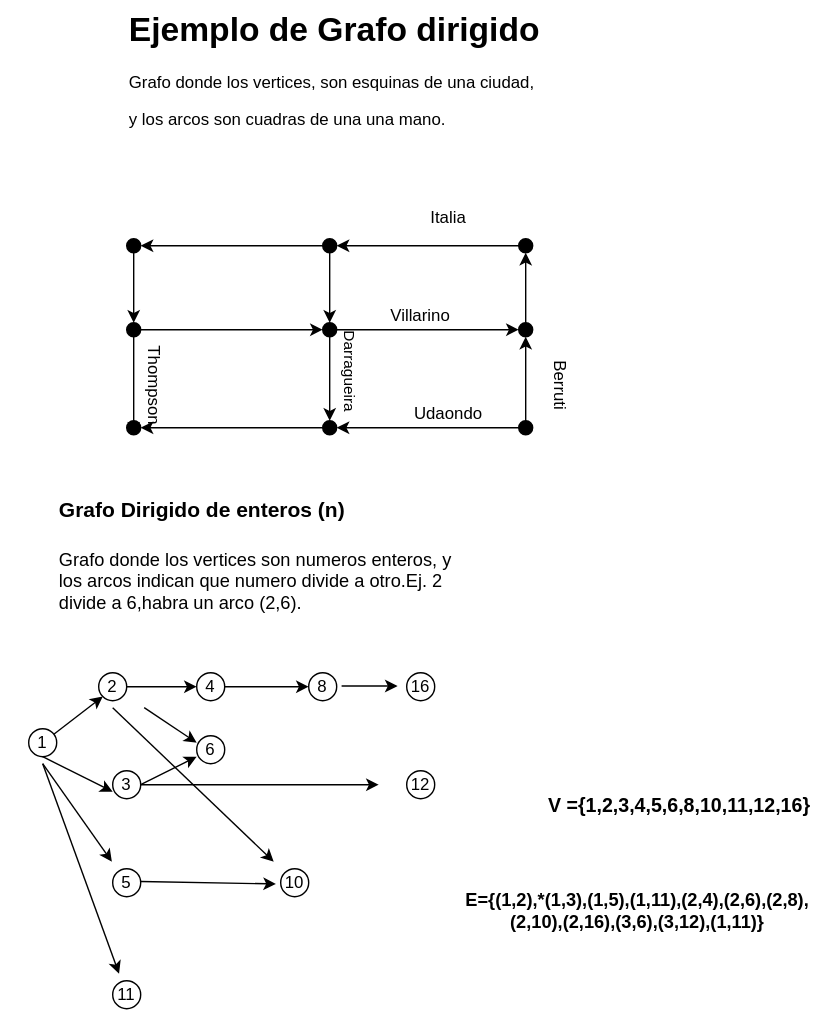
Nordcode-cyber/Algoritmos-Estructdatos keeps this draw.io diagram as Estructura-de-datos/Grafos/ejemplo-grafodir.drawio.svg. Above is the earlier version. Source tidied: cells renumbered, new cells last; positions are measured from the earlier drawing's top-left corner, leaving out a move shared by most shapes. Source of this version:
```xml
<mxGraphModel>
  <root>
    <mxCell id="0" />
    <mxCell id="1" parent="0" />
    <mxCell id="2" value="&lt;h1 style=&quot;margin-top: 0px;&quot;&gt;Ejemplo de Grafo dirigido&lt;/h1&gt;&lt;p&gt;Grafo donde los vertices, son esquinas de una ciudad,&lt;/p&gt;&lt;p&gt;y los arcos son cuadras de una una mano.&lt;/p&gt;" style="text;html=1;whiteSpace=wrap;overflow=hidden;rounded=0;" parent="1" vertex="1">
      <mxGeometry x="90" width="330" height="120" as="geometry" />
    </mxCell>
    <mxCell id="3" style="edgeStyle=none;html=1;entryX=0.5;entryY=0;entryDx=0;entryDy=0;" parent="1" edge="1" source="4" target="7">
      <mxGeometry relative="1" as="geometry" />
    </mxCell>
    <mxCell id="4" style="ellipse;whiteSpace=wrap;html=1;fillColor=light-dark(#000000,#FFFFFF);" parent="1" vertex="1">
      <mxGeometry x="90" y="170" width="10" height="10" as="geometry" />
    </mxCell>
    <mxCell id="5" style="edgeStyle=none;html=1;entryX=0;entryY=0.5;entryDx=0;entryDy=0;" parent="1" edge="1" source="7" target="14">
      <mxGeometry relative="1" as="geometry" />
    </mxCell>
    <mxCell id="6" style="edgeStyle=none;html=1;entryX=0.5;entryY=1;entryDx=0;entryDy=0;" parent="1" edge="1" source="7" target="8">
      <mxGeometry relative="1" as="geometry" />
    </mxCell>
    <mxCell id="7" style="ellipse;whiteSpace=wrap;html=1;fillColor=light-dark(#000000,#FFFFFF);" parent="1" vertex="1">
      <mxGeometry x="90" y="230" width="10" height="10" as="geometry" />
    </mxCell>
    <mxCell id="8" style="ellipse;whiteSpace=wrap;html=1;fillColor=light-dark(#000000,#FFFFFF);" parent="1" vertex="1">
      <mxGeometry x="90" y="300" width="10" height="10" as="geometry" />
    </mxCell>
    <mxCell id="9" style="edgeStyle=none;html=1;entryX=0.5;entryY=0;entryDx=0;entryDy=0;" parent="1" edge="1" source="11" target="14">
      <mxGeometry relative="1" as="geometry" />
    </mxCell>
    <mxCell id="10" style="edgeStyle=none;html=1;entryX=1;entryY=0.5;entryDx=0;entryDy=0;" parent="1" edge="1" source="11" target="4">
      <mxGeometry relative="1" as="geometry" />
    </mxCell>
    <mxCell id="11" style="ellipse;whiteSpace=wrap;html=1;fillColor=light-dark(#000000,#FFFFFF);" parent="1" vertex="1">
      <mxGeometry x="230" y="170" width="10" height="10" as="geometry" />
    </mxCell>
    <mxCell id="12" style="edgeStyle=none;html=1;entryX=0;entryY=0.5;entryDx=0;entryDy=0;" parent="1" edge="1" source="14" target="20">
      <mxGeometry relative="1" as="geometry" />
    </mxCell>
    <mxCell id="13" style="edgeStyle=none;html=1;entryX=0.5;entryY=0;entryDx=0;entryDy=0;" parent="1" edge="1" source="14" target="16">
      <mxGeometry relative="1" as="geometry" />
    </mxCell>
    <mxCell id="14" style="ellipse;whiteSpace=wrap;html=1;fillColor=light-dark(#000000,#FFFFFF);" parent="1" vertex="1">
      <mxGeometry x="230" y="230" width="10" height="10" as="geometry" />
    </mxCell>
    <mxCell id="15" style="edgeStyle=none;html=1;entryX=1;entryY=0.5;entryDx=0;entryDy=0;" parent="1" edge="1" source="16" target="8">
      <mxGeometry relative="1" as="geometry" />
    </mxCell>
    <mxCell id="16" style="ellipse;whiteSpace=wrap;html=1;fillColor=light-dark(#000000,#FFFFFF);" parent="1" vertex="1">
      <mxGeometry x="230" y="300" width="10" height="10" as="geometry" />
    </mxCell>
    <mxCell id="17" style="edgeStyle=none;html=1;entryX=1;entryY=0.5;entryDx=0;entryDy=0;" parent="1" edge="1" source="18" target="11">
      <mxGeometry relative="1" as="geometry" />
    </mxCell>
    <mxCell id="18" style="ellipse;whiteSpace=wrap;html=1;fillColor=light-dark(#000000,#FFFFFF);" parent="1" vertex="1">
      <mxGeometry x="370" y="170" width="10" height="10" as="geometry" />
    </mxCell>
    <mxCell id="19" style="edgeStyle=none;html=1;entryX=0.5;entryY=1;entryDx=0;entryDy=0;" parent="1" edge="1" source="20" target="18">
      <mxGeometry relative="1" as="geometry" />
    </mxCell>
    <mxCell id="20" style="ellipse;whiteSpace=wrap;html=1;fillColor=light-dark(#000000,#FFFFFF);" parent="1" vertex="1">
      <mxGeometry x="370" y="230" width="10" height="10" as="geometry" />
    </mxCell>
    <mxCell id="21" style="edgeStyle=none;html=1;entryX=1;entryY=0.5;entryDx=0;entryDy=0;" parent="1" edge="1" source="23" target="16">
      <mxGeometry relative="1" as="geometry" />
    </mxCell>
    <mxCell id="22" style="edgeStyle=none;html=1;entryX=0.5;entryY=1;entryDx=0;entryDy=0;" parent="1" edge="1" source="23" target="20">
      <mxGeometry relative="1" as="geometry" />
    </mxCell>
    <mxCell id="23" style="ellipse;whiteSpace=wrap;html=1;fillColor=light-dark(#000000,#FFFFFF);" parent="1" vertex="1">
      <mxGeometry x="370" y="300" width="10" height="10" as="geometry" />
    </mxCell>
    <mxCell id="24" value="Italia" style="text;html=1;align=center;verticalAlign=middle;whiteSpace=wrap;rounded=0;" parent="1" vertex="1">
      <mxGeometry x="290" y="140" width="60" height="30" as="geometry" />
    </mxCell>
    <mxCell id="25" value="Berruti" style="text;html=1;align=center;verticalAlign=middle;whiteSpace=wrap;rounded=0;rotation=90;" parent="1" vertex="1">
      <mxGeometry x="370" y="260" width="60" height="30" as="geometry" />
    </mxCell>
    <mxCell id="26" value="Udaondo" style="text;html=1;align=center;verticalAlign=middle;whiteSpace=wrap;rounded=0;" parent="1" vertex="1">
      <mxGeometry x="290" y="280" width="60" height="30" as="geometry" />
    </mxCell>
    <mxCell id="27" value="&lt;font style=&quot;font-size: 11px;&quot;&gt;Darragueira&lt;/font&gt;" style="text;html=1;align=center;verticalAlign=middle;whiteSpace=wrap;rounded=0;rotation=90;" parent="1" vertex="1">
      <mxGeometry x="210" y="250" width="80" height="30" as="geometry" />
    </mxCell>
    <mxCell id="28" value="Villarino" style="text;html=1;align=center;verticalAlign=middle;whiteSpace=wrap;rounded=0;" parent="1" vertex="1">
      <mxGeometry x="270" y="210" width="60" height="30" as="geometry" />
    </mxCell>
    <mxCell id="29" value="Thompson" style="text;html=1;align=center;verticalAlign=middle;whiteSpace=wrap;rounded=0;rotation=90;" parent="1" vertex="1">
      <mxGeometry x="80" y="260" width="60" height="30" as="geometry" />
    </mxCell>
    <mxCell id="30" value="&lt;h1 style=&quot;margin-top: 0px;&quot;&gt;&lt;span style=&quot;font-size: 15px;&quot;&gt;Grafo Dirigido de enteros (n)&lt;/span&gt;&lt;/h1&gt;&lt;p&gt;&lt;font style=&quot;font-size: 13px;&quot;&gt;Grafo donde los vertices son numeros enteros, y los arcos indican que numero divide a otro.Ej. 2 divide a 6,habra un arco (2,6).&lt;/font&gt;&lt;/p&gt;" style="text;html=1;whiteSpace=wrap;overflow=hidden;rounded=0;" parent="1" vertex="1">
      <mxGeometry x="40" y="340" width="290" height="120" as="geometry" />
    </mxCell>
    <mxCell id="31" style="edgeStyle=none;html=1;entryX=0;entryY=1;entryDx=0;entryDy=0;" parent="1" edge="1" source="32" target="34">
      <mxGeometry relative="1" as="geometry" />
    </mxCell>
    <mxCell id="32" style="ellipse;whiteSpace=wrap;html=1;" parent="1" vertex="1">
      <mxGeometry x="20" y="520" width="20" height="20" as="geometry" />
    </mxCell>
    <mxCell id="33" style="edgeStyle=none;html=1;entryX=0;entryY=0.5;entryDx=0;entryDy=0;" parent="1" edge="1" source="34" target="35">
      <mxGeometry relative="1" as="geometry" />
    </mxCell>
    <mxCell id="34" style="ellipse;whiteSpace=wrap;html=1;" parent="1" vertex="1">
      <mxGeometry x="70" y="480" width="20" height="20" as="geometry" />
    </mxCell>
    <mxCell id="35" style="ellipse;whiteSpace=wrap;html=1;" parent="1" vertex="1">
      <mxGeometry x="140" y="480" width="20" height="20" as="geometry" />
    </mxCell>
    <mxCell id="36" style="ellipse;whiteSpace=wrap;html=1;" parent="1" vertex="1">
      <mxGeometry x="220" y="480" width="20" height="20" as="geometry" />
    </mxCell>
    <mxCell id="37" style="ellipse;whiteSpace=wrap;html=1;" parent="1" vertex="1">
      <mxGeometry x="290" y="480" width="20" height="20" as="geometry" />
    </mxCell>
    <mxCell id="38" style="ellipse;whiteSpace=wrap;html=1;" parent="1" vertex="1">
      <mxGeometry x="80" y="550" width="20" height="20" as="geometry" />
    </mxCell>
    <mxCell id="39" style="ellipse;whiteSpace=wrap;html=1;" parent="1" vertex="1">
      <mxGeometry x="140" y="525" width="20" height="20" as="geometry" />
    </mxCell>
    <mxCell id="40" style="ellipse;whiteSpace=wrap;html=1;" parent="1" vertex="1">
      <mxGeometry x="80" y="620" width="20" height="20" as="geometry" />
    </mxCell>
    <mxCell id="41" style="ellipse;whiteSpace=wrap;html=1;" parent="1" vertex="1">
      <mxGeometry x="290" y="550" width="20" height="20" as="geometry" />
    </mxCell>
    <mxCell id="42" style="ellipse;whiteSpace=wrap;html=1;" parent="1" vertex="1">
      <mxGeometry x="80" y="700" width="20" height="20" as="geometry" />
    </mxCell>
    <mxCell id="43" style="ellipse;whiteSpace=wrap;html=1;" parent="1" vertex="1">
      <mxGeometry x="200" y="620" width="20" height="20" as="geometry" />
    </mxCell>
    <mxCell id="44" style="edgeStyle=none;html=1;" parent="1" edge="1" source="46" target="51">
      <mxGeometry relative="1" as="geometry" />
    </mxCell>
    <mxCell id="45" style="edgeStyle=none;html=1;exitX=0.5;exitY=1;exitDx=0;exitDy=0;" parent="1" edge="1" source="46" target="55">
      <mxGeometry relative="1" as="geometry" />
    </mxCell>
    <mxCell id="46" value="&lt;font style=&quot;color: light-dark(rgb(0, 0, 0), rgb(0, 0, 255));&quot;&gt;1&lt;/font&gt;" style="text;html=1;align=center;verticalAlign=middle;whiteSpace=wrap;rounded=0;" parent="1" vertex="1">
      <mxGeometry y="515" width="60" height="30" as="geometry" />
    </mxCell>
    <mxCell id="47" value="&lt;font style=&quot;color: light-dark(rgb(0, 0, 0), rgb(0, 0, 255));&quot;&gt;2&lt;/font&gt;" style="text;html=1;align=center;verticalAlign=middle;whiteSpace=wrap;rounded=0;" parent="1" vertex="1">
      <mxGeometry x="50" y="475" width="60" height="30" as="geometry" />
    </mxCell>
    <mxCell id="48" value="&lt;font style=&quot;color: light-dark(rgb(0, 0, 0), rgb(0, 0, 255));&quot;&gt;4&lt;/font&gt;" style="text;html=1;align=center;verticalAlign=middle;whiteSpace=wrap;rounded=0;" parent="1" vertex="1">
      <mxGeometry x="120" y="475" width="60" height="30" as="geometry" />
    </mxCell>
    <mxCell id="49" value="&lt;font style=&quot;color: light-dark(rgb(0, 0, 0), rgb(0, 0, 255));&quot;&gt;8&lt;/font&gt;" style="text;html=1;align=center;verticalAlign=middle;whiteSpace=wrap;rounded=0;" parent="1" vertex="1">
      <mxGeometry x="200" y="475" width="60" height="30" as="geometry" />
    </mxCell>
    <mxCell id="50" value="&lt;font style=&quot;color: light-dark(rgb(0, 0, 0), rgb(0, 0, 255));&quot;&gt;16&lt;/font&gt;" style="text;html=1;align=center;verticalAlign=middle;whiteSpace=wrap;rounded=0;" parent="1" vertex="1">
      <mxGeometry x="270" y="475" width="60" height="30" as="geometry" />
    </mxCell>
    <mxCell id="51" value="&lt;font style=&quot;color: light-dark(rgb(0, 0, 0), rgb(0, 0, 255));&quot;&gt;3&lt;/font&gt;" style="text;html=1;align=center;verticalAlign=middle;whiteSpace=wrap;rounded=0;" parent="1" vertex="1">
      <mxGeometry x="60" y="545" width="60" height="30" as="geometry" />
    </mxCell>
    <mxCell id="52" value="&lt;font style=&quot;color: light-dark(rgb(0, 0, 0), rgb(0, 0, 255));&quot;&gt;6&lt;/font&gt;" style="text;html=1;align=center;verticalAlign=middle;whiteSpace=wrap;rounded=0;" parent="1" vertex="1">
      <mxGeometry x="120" y="520" width="60" height="30" as="geometry" />
    </mxCell>
    <mxCell id="53" value="&lt;font style=&quot;color: light-dark(rgb(0, 0, 0), rgb(0, 0, 255));&quot;&gt;12&lt;/font&gt;" style="text;html=1;align=center;verticalAlign=middle;whiteSpace=wrap;rounded=0;" parent="1" vertex="1">
      <mxGeometry x="270" y="545" width="60" height="30" as="geometry" />
    </mxCell>
    <mxCell id="54" style="edgeStyle=none;html=1;entryX=0.25;entryY=1;entryDx=0;entryDy=0;exitX=0.64;exitY=0.94;exitDx=0;exitDy=0;exitPerimeter=0;" parent="1" edge="1">
      <mxGeometry relative="1" as="geometry">
        <mxPoint x="100" y="629.1" as="sourcePoint" />
        <mxPoint x="196.6" y="630.9" as="targetPoint" />
      </mxGeometry>
    </mxCell>
    <mxCell id="55" value="&lt;font style=&quot;color: light-dark(rgb(0, 0, 0), rgb(0, 0, 255));&quot;&gt;5&lt;/font&gt;" style="text;html=1;align=center;verticalAlign=middle;whiteSpace=wrap;rounded=0;" parent="1" vertex="1">
      <mxGeometry x="60" y="615" width="60" height="30" as="geometry" />
    </mxCell>
    <mxCell id="56" value="&lt;font style=&quot;color: light-dark(rgb(0, 0, 0), rgb(0, 0, 255));&quot;&gt;10&lt;/font&gt;" style="text;html=1;align=center;verticalAlign=middle;whiteSpace=wrap;rounded=0;" parent="1" vertex="1">
      <mxGeometry x="180" y="615" width="60" height="30" as="geometry" />
    </mxCell>
    <mxCell id="57" value="&lt;font style=&quot;color: light-dark(rgb(0, 0, 0), rgb(0, 0, 255));&quot;&gt;11&lt;/font&gt;" style="text;html=1;align=center;verticalAlign=middle;whiteSpace=wrap;rounded=0;" parent="1" vertex="1">
      <mxGeometry x="60" y="695" width="60" height="30" as="geometry" />
    </mxCell>
    <mxCell id="58" style="edgeStyle=none;html=1;entryX=0.333;entryY=0.5;entryDx=0;entryDy=0;entryPerimeter=0;exitX=0.667;exitY=0.5;exitDx=0;exitDy=0;exitPerimeter=0;" parent="1" edge="1" source="48" target="49">
      <mxGeometry relative="1" as="geometry" />
    </mxCell>
    <mxCell id="59" style="endArrow=classic;html=1;" parent="1" edge="1" source="46" target="51">
      <mxGeometry relative="1" as="geometry" />
    </mxCell>
    <mxCell id="60" style="edgeStyle=none;html=1;exitX=0.5;exitY=1;exitDx=0;exitDy=0;entryX=0.25;entryY=0;entryDx=0;entryDy=0;" parent="1" edge="1" source="47" target="56">
      <mxGeometry relative="1" as="geometry" />
    </mxCell>
    <mxCell id="61" style="edgeStyle=none;html=1;exitX=0.5;exitY=1;exitDx=0;exitDy=0;" parent="1" edge="1" source="46" target="57">
      <mxGeometry relative="1" as="geometry" />
    </mxCell>
    <mxCell id="62" style="endArrow=classic;html=1;" parent="1" edge="1">
      <mxGeometry relative="1" as="geometry">
        <mxPoint x="30" y="540" as="sourcePoint" />
        <mxPoint x="80" y="565" as="targetPoint" />
      </mxGeometry>
    </mxCell>
    <mxCell id="63" style="endArrow=classic;html=1;" parent="1" edge="1" target="53">
      <mxGeometry relative="1" as="geometry">
        <mxPoint x="100" y="560" as="sourcePoint" />
      </mxGeometry>
    </mxCell>
    <mxCell id="64" style="endArrow=classic;html=1;" parent="1" edge="1">
      <mxGeometry relative="1" as="geometry">
        <mxPoint x="100" y="560" as="sourcePoint" />
        <mxPoint x="140" y="540" as="targetPoint" />
      </mxGeometry>
    </mxCell>
    <mxCell id="65" style="endArrow=classic;html=1;" parent="1" edge="1">
      <mxGeometry relative="1" as="geometry">
        <mxPoint x="243.5" y="489.5" as="sourcePoint" />
        <mxPoint x="283.5" y="489.5" as="targetPoint" />
      </mxGeometry>
    </mxCell>
    <mxCell id="66" value="&lt;font style=&quot;font-size: 14px;&quot;&gt;&lt;b&gt;V ={1,2,3,4,5,6,8,10,11,12,16}&lt;/b&gt;&lt;/font&gt;" style="text;html=1;align=center;verticalAlign=middle;whiteSpace=wrap;rounded=0;" parent="1" vertex="1">
      <mxGeometry x="390" y="560" width="190" height="30" as="geometry" />
    </mxCell>
    <mxCell id="67" value="&lt;font style=&quot;font-size: 13px;&quot;&gt;&lt;b style=&quot;&quot;&gt;E={(1,2),*(1,3),(1,5),(1,11),(2,4),(2,6),(2,8),(2,10),(2,16),(3,6),(3,12),(1,11)}&lt;/b&gt;&lt;/font&gt;" style="text;html=1;align=center;verticalAlign=middle;whiteSpace=wrap;rounded=0;" parent="1" vertex="1">
      <mxGeometry x="320" y="620" width="270" height="60" as="geometry" />
    </mxCell>
    <mxCell id="68" style="edgeStyle=none;html=1;entryX=0.333;entryY=0.333;entryDx=0;entryDy=0;entryPerimeter=0;" parent="1" edge="1" source="47" target="52">
      <mxGeometry relative="1" as="geometry" />
    </mxCell>
  </root>
</mxGraphModel>
```
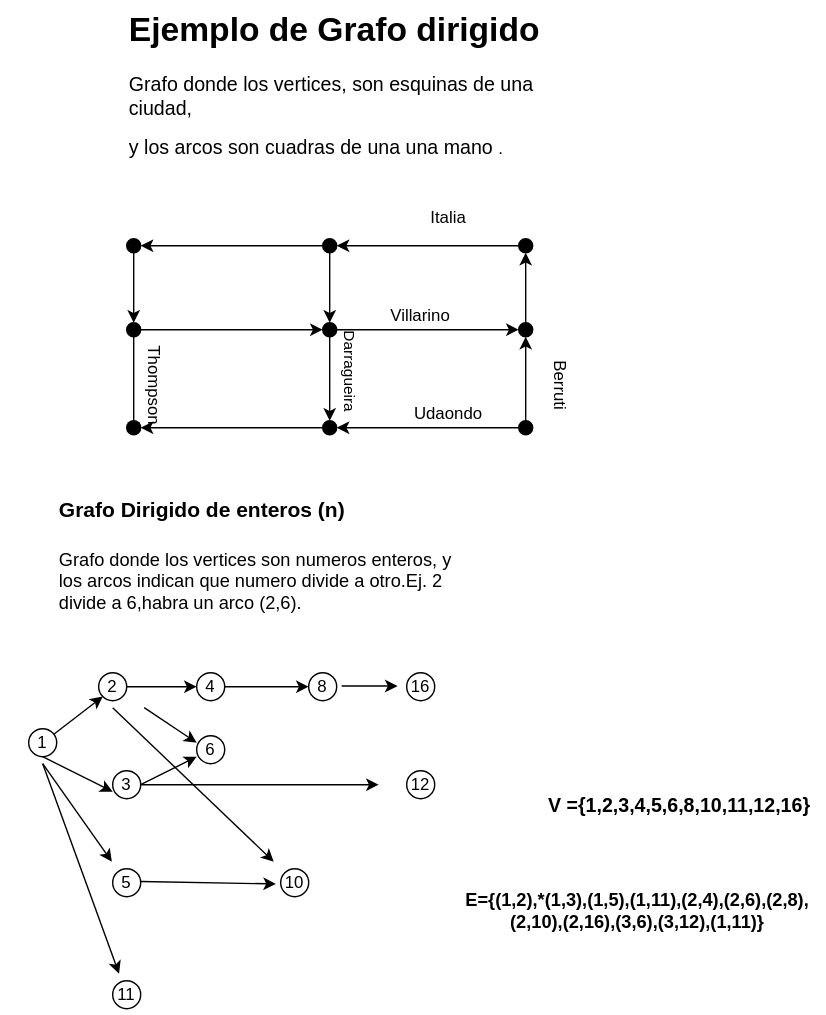
The same file after the commit.

Change to the diagram source:
```diff
@@ -1,8 +1,8 @@
-<mxGraphModel>
+<mxGraphModel background="light-dark(#FFFFFF,#121212)">
   <root>
     <mxCell id="0" />
     <mxCell id="1" parent="0" />
-    <mxCell id="2" value="&lt;h1 style=&quot;margin-top: 0px;&quot;&gt;Ejemplo de Grafo dirigido&lt;/h1&gt;&lt;p&gt;Grafo donde los vertices, son esquinas de una ciudad,&lt;/p&gt;&lt;p&gt;y los arcos son cuadras de una una mano.&lt;/p&gt;" style="text;html=1;whiteSpace=wrap;overflow=hidden;rounded=0;" parent="1" vertex="1">
+    <mxCell id="2" value="&lt;h1 style=&quot;margin-top: 0px;&quot;&gt;Ejemplo de Grafo dirigido&lt;/h1&gt;&lt;p&gt;&lt;font style=&quot;font-size: 14px;&quot;&gt;Grafo donde los vertices, son esquinas de una ciudad,&lt;/font&gt;&lt;/p&gt;&lt;p&gt;&lt;font style=&quot;font-size: 14px;&quot;&gt;y los arcos son cuadras de una una mano&lt;/font&gt;.&lt;/p&gt;" style="text;html=1;whiteSpace=wrap;overflow=hidden;rounded=0;" parent="1" vertex="1">
       <mxGeometry x="90" width="330" height="120" as="geometry" />
     </mxCell>
     <mxCell id="3" style="edgeStyle=none;html=1;entryX=0.5;entryY=0;entryDx=0;entryDy=0;" parent="1" edge="1" source="4" target="7">
```
